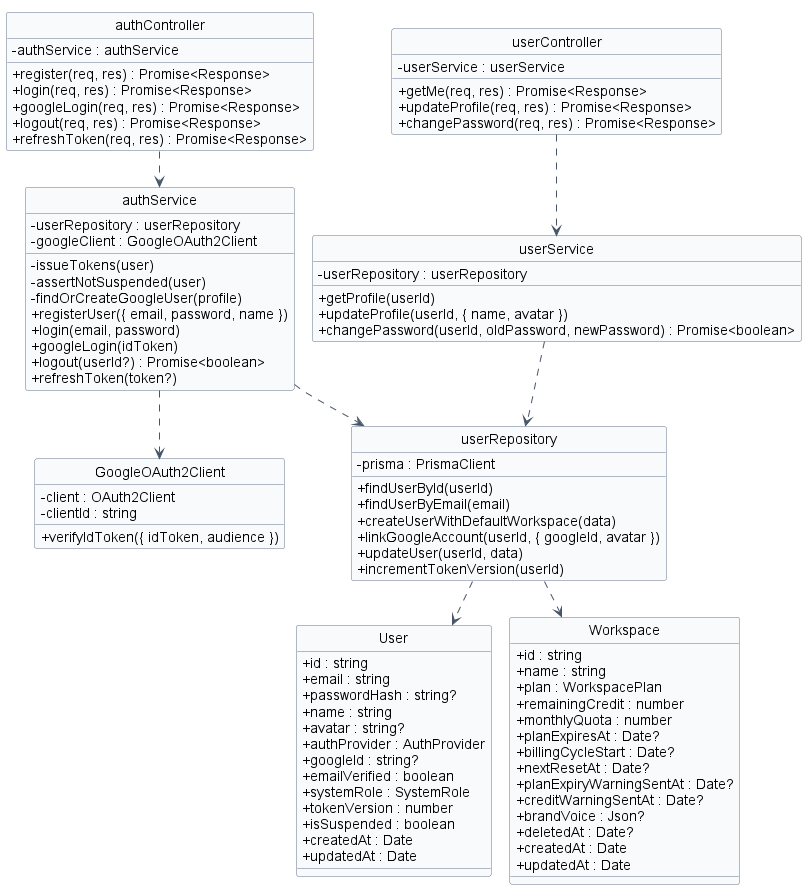
Earlier version of the PlantUML export docs/diagrams/01-auth-user.png (Pham-Hong-Ky/marka-capstone).
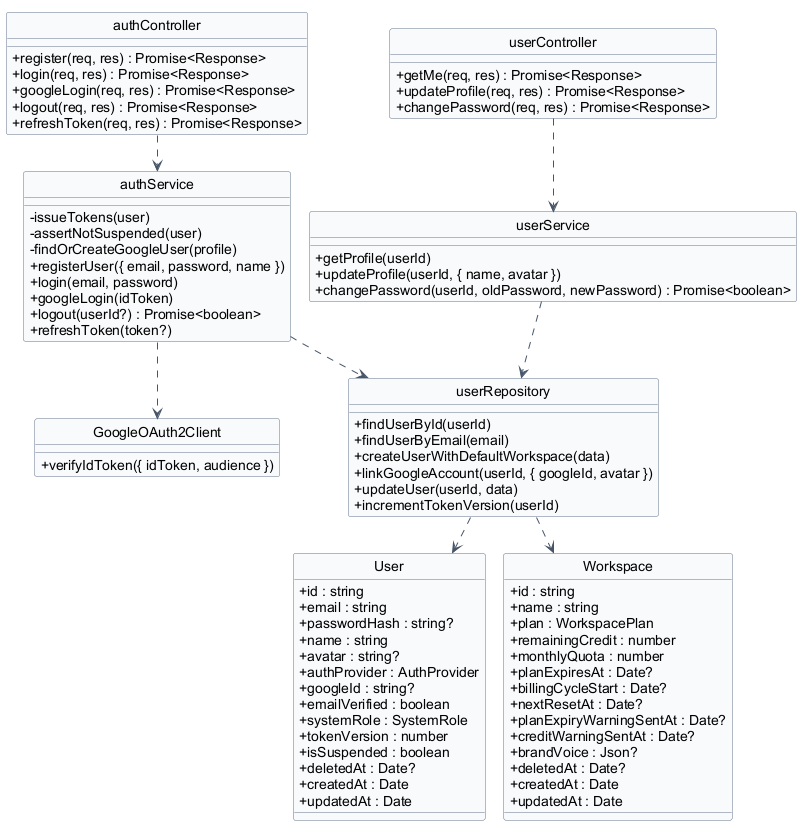
The same file after the commit.

Change to the diagram source:
```diff
@@ -27,6 +27,7 @@
   + systemRole : SystemRole
   + tokenVersion : number
   + isSuspended : boolean
+  + deletedAt : Date?
   + createdAt : Date
   + updatedAt : Date
 }
@@ -49,7 +50,6 @@
 }
 
 class "authController" as authController {
-  - authService : authService
   + register(req, res) : Promise<Response>
   + login(req, res) : Promise<Response>
   + googleLogin(req, res) : Promise<Response>
@@ -58,8 +58,6 @@
 }
 
 class "authService" as authService {
-  - userRepository : userRepository
-  - googleClient : GoogleOAuth2Client
   - issueTokens(user)
   - assertNotSuspended(user)
   - findOrCreateGoogleUser(profile)
@@ -71,27 +69,22 @@
 }
 
 class "GoogleOAuth2Client" as googleOAuthClient {
-  - client : OAuth2Client
-  - clientId : string
   + verifyIdToken({ idToken, audience })
 }
 
 class "userController" as userController {
-  - userService : userService
   + getMe(req, res) : Promise<Response>
   + updateProfile(req, res) : Promise<Response>
   + changePassword(req, res) : Promise<Response>
 }
 
 class "userService" as userService {
-  - userRepository : userRepository
   + getProfile(userId)
   + updateProfile(userId, { name, avatar })
   + changePassword(userId, oldPassword, newPassword) : Promise<boolean>
 }
 
 class "userRepository" as userRepository {
-  - prisma : PrismaClient
   + findUserById(userId)
   + findUserByEmail(email)
   + createUserWithDefaultWorkspace(data)
```
